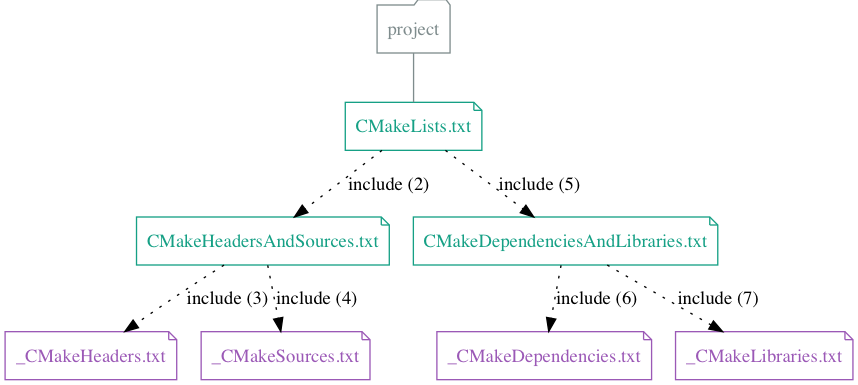
Above: dox/mulle-sde-cmakelists.png in mulle-sde/mulle-sde (Graphviz), before the change. Its source is kept beside it as dox/mulle-sde-cmakelists.dot. The source it was exported from:
```dot
digraph G {
    graph [rankdir = TD];

    node[ shape=folder];

    { rank = same;  "CMakeLists.txt" };

    "project"                           [ color="#7f8c8d", fontcolor="#7f8c8d" ]

    "project" -> "CMakeLists.txt"       [ arrowhead="none", color="#7f8c8d" ]

    "CMakeLists.txt"                    [ shape="note", color="#16a085", fontcolor="#16a085" ]

    "CMakeHeadersAndSources.txt"        [ shape="note", color="#16a085", fontcolor="#16a085" ]
    "CMakeDependenciesAndLibraries.txt" [ shape="note", color="#16a085", fontcolor="#16a085" ]

    "_CMakeHeaders.txt"                 [ shape="note", color="#9b59b6", fontcolor="#9b59b6" ]
    "_CMakeSources.txt"                 [ shape="note", color="#9b59b6", fontcolor="#9b59b6" ]
    "_CMakeDependencies.txt"            [ shape="note", color="#9b59b6", fontcolor="#9b59b6" ]
    "_CMakeLibraries.txt"               [ shape="note", color="#9b59b6", fontcolor="#9b59b6" ]

    "CMakeLists.txt" -> "CMakeHeadersAndSources.txt"         [ style="dotted", label="include (2)" ]
    "CMakeLists.txt" -> "CMakeDependenciesAndLibraries.txt"  [ style="dotted", label="include (5)" ]

    "CMakeHeadersAndSources.txt" -> "_CMakeHeaders.txt"       [ style="dotted", label="include (3)" ]
    "CMakeHeadersAndSources.txt" -> "_CMakeSources.txt"       [ style="dotted", label="include (4)" ]

    "CMakeDependenciesAndLibraries.txt" -> "_CMakeDependencies.txt"  [ style="dotted", label="include (6)" ]
    "CMakeDependenciesAndLibraries.txt" -> "_CMakeLibraries.txt"     [ style="dotted", label="include (7)" ]
}
```
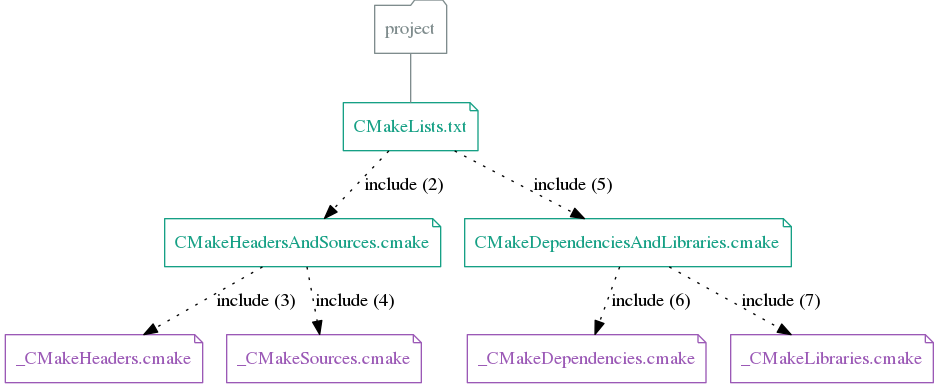
Above is the later version.

The edit, as a diff of the source:
```diff
@@ -11,20 +11,20 @@
 
     "CMakeLists.txt"                    [ shape="note", color="#16a085", fontcolor="#16a085" ]
 
-    "CMakeHeadersAndSources.txt"        [ shape="note", color="#16a085", fontcolor="#16a085" ]
-    "CMakeDependenciesAndLibraries.txt" [ shape="note", color="#16a085", fontcolor="#16a085" ]
+    "CMakeHeadersAndSources.cmake"        [ shape="note", color="#16a085", fontcolor="#16a085" ]
+    "CMakeDependenciesAndLibraries.cmake" [ shape="note", color="#16a085", fontcolor="#16a085" ]
 
-    "_CMakeHeaders.txt"                 [ shape="note", color="#9b59b6", fontcolor="#9b59b6" ]
-    "_CMakeSources.txt"                 [ shape="note", color="#9b59b6", fontcolor="#9b59b6" ]
-    "_CMakeDependencies.txt"            [ shape="note", color="#9b59b6", fontcolor="#9b59b6" ]
-    "_CMakeLibraries.txt"               [ shape="note", color="#9b59b6", fontcolor="#9b59b6" ]
+    "_CMakeHeaders.cmake"                 [ shape="note", color="#9b59b6", fontcolor="#9b59b6" ]
+    "_CMakeSources.cmake"                 [ shape="note", color="#9b59b6", fontcolor="#9b59b6" ]
+    "_CMakeDependencies.cmake"            [ shape="note", color="#9b59b6", fontcolor="#9b59b6" ]
+    "_CMakeLibraries.cmake"               [ shape="note", color="#9b59b6", fontcolor="#9b59b6" ]
 
-    "CMakeLists.txt" -> "CMakeHeadersAndSources.txt"         [ style="dotted", label="include (2)" ]
-    "CMakeLists.txt" -> "CMakeDependenciesAndLibraries.txt"  [ style="dotted", label="include (5)" ]
+    "CMakeLists.txt" -> "CMakeHeadersAndSources.cmake"         [ style="dotted", label="include (2)" ]
+    "CMakeLists.txt" -> "CMakeDependenciesAndLibraries.cmake"  [ style="dotted", label="include (5)" ]
 
-    "CMakeHeadersAndSources.txt" -> "_CMakeHeaders.txt"       [ style="dotted", label="include (3)" ]
-    "CMakeHeadersAndSources.txt" -> "_CMakeSources.txt"       [ style="dotted", label="include (4)" ]
+    "CMakeHeadersAndSources.cmake" -> "_CMakeHeaders.cmake"       [ style="dotted", label="include (3)" ]
+    "CMakeHeadersAndSources.cmake" -> "_CMakeSources.cmake"       [ style="dotted", label="include (4)" ]
 
-    "CMakeDependenciesAndLibraries.txt" -> "_CMakeDependencies.txt"  [ style="dotted", label="include (6)" ]
-    "CMakeDependenciesAndLibraries.txt" -> "_CMakeLibraries.txt"     [ style="dotted", label="include (7)" ]
+    "CMakeDependenciesAndLibraries.cmake" -> "_CMakeDependencies.cmake"  [ style="dotted", label="include (6)" ]
+    "CMakeDependenciesAndLibraries.cmake" -> "_CMakeLibraries.cmake"     [ style="dotted", label="include (7)" ]
 }
```
